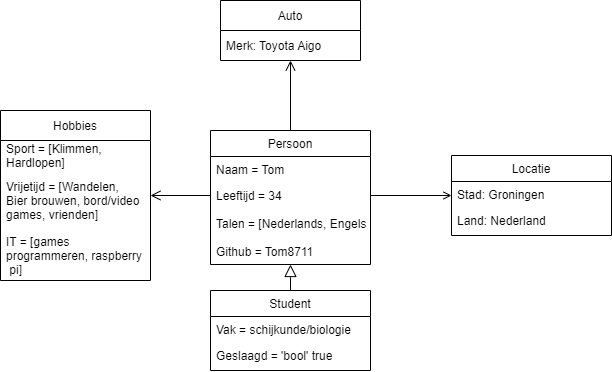
This is image/mijnklasse.png from Tom8711/Interactive-cv, a draw.io export, as it was before one commit. Source tidied: cells renumbered, new cells last; positions are measured from the earlier drawing's top-left corner, leaving out a move shared by most shapes. Its diagram source:
```xml
<mxGraphModel>
  <root>
    <mxCell id="0" />
    <mxCell id="1" parent="0" />
    <mxCell id="2" style="edgeStyle=orthogonalEdgeStyle;rounded=0;jettySize=auto;html=1;endArrow=open;endFill=0;endSize=8;" parent="1" edge="1" source="3" target="21">
      <mxGeometry relative="1" as="geometry" />
    </mxCell>
    <mxCell id="3" value="Persoon" style="swimlane;fontStyle=0;align=center;verticalAlign=top;horizontal=1;startSize=26;rounded=0;shadow=0;strokeWidth=1;" parent="1" vertex="1">
      <mxGeometry x="210" y="130" width="160" height="134" as="geometry" />
    </mxCell>
    <mxCell id="4" value="Naam = Tom" style="text;align=left;verticalAlign=top;spacingLeft=4;spacingRight=4;overflow=hidden;" parent="3" vertex="1">
      <mxGeometry y="26" width="160" height="26" as="geometry" />
    </mxCell>
    <mxCell id="5" value="Leeftijd = 34" style="text;align=left;verticalAlign=top;spacingLeft=4;spacingRight=4;overflow=hidden;points=[[0,0.5],[1,0.5]];portConstraint=eastwest;rounded=0;shadow=0;html=0;" parent="3" vertex="1">
      <mxGeometry y="52" width="160" height="26" as="geometry" />
    </mxCell>
    <mxCell id="6" value="Talen = [Nederlands, Engels]" style="text;strokeColor=none;fillColor=none;align=left;verticalAlign=middle;spacingLeft=4;spacingRight=4;overflow=hidden;" parent="3" vertex="1">
      <mxGeometry y="78" width="160" height="30" as="geometry" />
    </mxCell>
    <mxCell id="7" value="Github = Tom8711" style="text;align=left;verticalAlign=top;spacingLeft=4;spacingRight=4;overflow=hidden;rounded=0;shadow=0;html=0;" parent="3" vertex="1">
      <mxGeometry y="108" width="160" height="26" as="geometry" />
    </mxCell>
    <mxCell id="8" value="Student" style="swimlane;fontStyle=0;align=center;verticalAlign=top;horizontal=1;startSize=26;rounded=0;shadow=0;strokeWidth=1;" parent="1" vertex="1">
      <mxGeometry x="210" y="290" width="160" height="80" as="geometry" />
    </mxCell>
    <mxCell id="9" value="Vak = schijkunde/biologie" style="text;align=left;verticalAlign=top;spacingLeft=4;spacingRight=4;overflow=hidden;" parent="8" vertex="1">
      <mxGeometry y="26" width="160" height="26" as="geometry" />
    </mxCell>
    <mxCell id="10" value="Geslaagd = 'bool' true" style="text;align=left;verticalAlign=top;spacingLeft=4;spacingRight=4;overflow=hidden;rounded=0;shadow=0;html=0;fontStyle=0;" parent="8" vertex="1">
      <mxGeometry y="52" width="160" height="26" as="geometry" />
    </mxCell>
    <mxCell id="11" style="endArrow=block;endSize=10;endFill=0;shadow=0;strokeWidth=1;rounded=0;edgeStyle=elbowEdgeStyle;elbow=vertical;" parent="1" edge="1" source="8" target="3">
      <mxGeometry relative="1" as="geometry" />
    </mxCell>
    <mxCell id="12" value="Locatie" style="swimlane;fontStyle=0;align=center;verticalAlign=top;horizontal=1;startSize=26;rounded=0;shadow=0;strokeWidth=1;" parent="1" vertex="1">
      <mxGeometry x="451" y="155" width="160" height="80" as="geometry" />
    </mxCell>
    <mxCell id="13" value="Stad: Groningen" style="text;align=left;verticalAlign=top;spacingLeft=4;spacingRight=4;overflow=hidden;rounded=0;shadow=0;html=0;" parent="12" vertex="1">
      <mxGeometry y="26" width="160" height="26" as="geometry" />
    </mxCell>
    <mxCell id="14" value="Land: Nederland" style="text;align=left;verticalAlign=top;spacingLeft=4;spacingRight=4;overflow=hidden;rounded=0;shadow=0;html=0;" parent="12" vertex="1">
      <mxGeometry y="52" width="160" height="26" as="geometry" />
    </mxCell>
    <mxCell id="15" style="endArrow=open;shadow=0;strokeWidth=1;rounded=0;endFill=1;edgeStyle=elbowEdgeStyle;elbow=vertical;exitX=1;exitY=0.5;exitDx=0;exitDy=0;" parent="1" edge="1" source="5" target="12">
      <mxGeometry x="0.5" y="41" relative="1" as="geometry">
        <mxPoint x="-40" y="32" as="offset" />
      </mxGeometry>
    </mxCell>
    <mxCell id="16" value="Hobbies" style="swimlane;fontStyle=0;horizontal=1;startSize=30;" parent="1" vertex="1">
      <mxGeometry y="110" width="150" height="170" as="geometry" />
    </mxCell>
    <mxCell id="17" value="Sport = [Klimmen, &#10;Hardlopen]" style="text;strokeColor=none;fillColor=none;align=left;verticalAlign=middle;spacingLeft=4;spacingRight=4;overflow=hidden;" parent="16" vertex="1">
      <mxGeometry y="30" width="150" height="30" as="geometry" />
    </mxCell>
    <mxCell id="18" value="Vrijetijd = [Wandelen,&#10;Bier brouwen, bord/video&#10;games, vrienden]" style="text;strokeColor=none;fillColor=none;align=left;verticalAlign=middle;spacingLeft=4;spacingRight=4;overflow=hidden;" parent="16" vertex="1">
      <mxGeometry y="60" width="150" height="60" as="geometry" />
    </mxCell>
    <mxCell id="19" value="IT = [games &#10;programmeren, raspberry&#10; pi]" style="text;strokeColor=none;fillColor=none;align=left;verticalAlign=middle;spacingLeft=4;spacingRight=4;overflow=hidden;" parent="16" vertex="1">
      <mxGeometry y="120" width="150" height="50" as="geometry" />
    </mxCell>
    <mxCell id="20" style="edgeStyle=orthogonalEdgeStyle;rounded=0;jettySize=auto;html=1;endArrow=open;endFill=0;endSize=8;" parent="1" edge="1" source="5" target="16">
      <mxGeometry relative="1" as="geometry" />
    </mxCell>
    <mxCell id="21" value="Auto" style="swimlane;fontStyle=0;horizontal=1;startSize=30;" parent="1" vertex="1">
      <mxGeometry x="220" width="140" height="60" as="geometry" />
    </mxCell>
    <mxCell id="22" value="Merk: Toyota Aigo" style="text;strokeColor=none;fillColor=none;align=left;verticalAlign=middle;spacingLeft=4;spacingRight=4;overflow=hidden;" parent="21" vertex="1">
      <mxGeometry y="30" width="140" height="30" as="geometry" />
    </mxCell>
  </root>
</mxGraphModel>
```
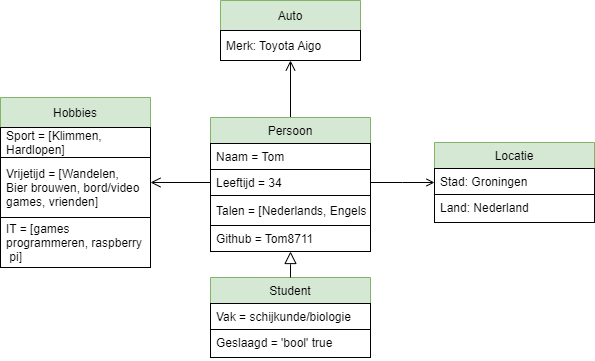
After the commit.

Commit message:
klassediagram aangepast

What changed in the source:
```diff
@@ -5,66 +5,66 @@
     <mxCell id="2" style="edgeStyle=orthogonalEdgeStyle;rounded=0;jettySize=auto;html=1;endArrow=open;endFill=0;endSize=8;" parent="1" edge="1" source="3" target="21">
       <mxGeometry relative="1" as="geometry" />
     </mxCell>
-    <mxCell id="3" value="Persoon" style="swimlane;fontStyle=0;align=center;verticalAlign=top;horizontal=1;startSize=26;rounded=0;shadow=0;strokeWidth=1;" parent="1" vertex="1">
+    <mxCell id="3" value="Persoon" style="swimlane;fontStyle=0;align=center;verticalAlign=top;horizontal=1;startSize=26;rounded=0;shadow=0;strokeWidth=1;fillColor=#d5e8d4;strokeColor=#82b366;" parent="1" vertex="1">
       <mxGeometry x="210" y="130" width="160" height="134" as="geometry" />
     </mxCell>
-    <mxCell id="4" value="Naam = Tom" style="text;align=left;verticalAlign=top;spacingLeft=4;spacingRight=4;overflow=hidden;" parent="3" vertex="1">
+    <mxCell id="4" value="Naam = Tom" style="text;align=left;verticalAlign=top;spacingLeft=4;spacingRight=4;overflow=hidden;strokeColor=default;" parent="3" vertex="1">
       <mxGeometry y="26" width="160" height="26" as="geometry" />
     </mxCell>
-    <mxCell id="5" value="Leeftijd = 34" style="text;align=left;verticalAlign=top;spacingLeft=4;spacingRight=4;overflow=hidden;points=[[0,0.5],[1,0.5]];portConstraint=eastwest;rounded=0;shadow=0;html=0;" parent="3" vertex="1">
+    <mxCell id="5" value="Leeftijd = 34" style="text;align=left;verticalAlign=top;spacingLeft=4;spacingRight=4;overflow=hidden;points=[[0,0.5],[1,0.5]];portConstraint=eastwest;rounded=0;shadow=0;html=0;strokeColor=default;" parent="3" vertex="1">
       <mxGeometry y="52" width="160" height="26" as="geometry" />
     </mxCell>
-    <mxCell id="6" value="Talen = [Nederlands, Engels]" style="text;strokeColor=none;fillColor=none;align=left;verticalAlign=middle;spacingLeft=4;spacingRight=4;overflow=hidden;" parent="3" vertex="1">
+    <mxCell id="6" value="Talen = [Nederlands, Engels]" style="text;align=left;verticalAlign=middle;spacingLeft=4;spacingRight=4;overflow=hidden;strokeColor=default;" parent="3" vertex="1">
       <mxGeometry y="78" width="160" height="30" as="geometry" />
     </mxCell>
-    <mxCell id="7" value="Github = Tom8711" style="text;align=left;verticalAlign=top;spacingLeft=4;spacingRight=4;overflow=hidden;rounded=0;shadow=0;html=0;" parent="3" vertex="1">
+    <mxCell id="7" value="Github = Tom8711" style="text;align=left;verticalAlign=top;spacingLeft=4;spacingRight=4;overflow=hidden;rounded=0;shadow=0;html=0;strokeColor=default;" parent="3" vertex="1">
       <mxGeometry y="108" width="160" height="26" as="geometry" />
     </mxCell>
-    <mxCell id="8" value="Student" style="swimlane;fontStyle=0;align=center;verticalAlign=top;horizontal=1;startSize=26;rounded=0;shadow=0;strokeWidth=1;" parent="1" vertex="1">
+    <mxCell id="8" value="Student" style="swimlane;fontStyle=0;align=center;verticalAlign=top;horizontal=1;startSize=26;rounded=0;shadow=0;strokeWidth=1;fillColor=#d5e8d4;strokeColor=#82b366;" parent="1" vertex="1">
       <mxGeometry x="210" y="290" width="160" height="80" as="geometry" />
     </mxCell>
-    <mxCell id="9" value="Vak = schijkunde/biologie" style="text;align=left;verticalAlign=top;spacingLeft=4;spacingRight=4;overflow=hidden;" parent="8" vertex="1">
+    <mxCell id="9" value="Vak = schijkunde/biologie" style="text;align=left;verticalAlign=top;spacingLeft=4;spacingRight=4;overflow=hidden;strokeColor=default;" parent="8" vertex="1">
       <mxGeometry y="26" width="160" height="26" as="geometry" />
     </mxCell>
-    <mxCell id="10" value="Geslaagd = 'bool' true" style="text;align=left;verticalAlign=top;spacingLeft=4;spacingRight=4;overflow=hidden;rounded=0;shadow=0;html=0;fontStyle=0;" parent="8" vertex="1">
-      <mxGeometry y="52" width="160" height="26" as="geometry" />
+    <mxCell id="10" value="Geslaagd = 'bool' true" style="text;align=left;verticalAlign=top;spacingLeft=4;spacingRight=4;overflow=hidden;rounded=0;shadow=0;html=0;fontStyle=0;strokeColor=default;" parent="8" vertex="1">
+      <mxGeometry y="52" width="160" height="28" as="geometry" />
     </mxCell>
     <mxCell id="11" style="endArrow=block;endSize=10;endFill=0;shadow=0;strokeWidth=1;rounded=0;edgeStyle=elbowEdgeStyle;elbow=vertical;" parent="1" edge="1" source="8" target="3">
       <mxGeometry relative="1" as="geometry" />
     </mxCell>
-    <mxCell id="12" value="Locatie" style="swimlane;fontStyle=0;align=center;verticalAlign=top;horizontal=1;startSize=26;rounded=0;shadow=0;strokeWidth=1;" parent="1" vertex="1">
-      <mxGeometry x="451" y="155" width="160" height="80" as="geometry" />
+    <mxCell id="12" value="Locatie" style="swimlane;fontStyle=0;align=center;verticalAlign=top;horizontal=1;startSize=26;rounded=0;shadow=0;strokeWidth=1;fillColor=#d5e8d4;strokeColor=#82b366;" parent="1" vertex="1">
+      <mxGeometry x="434" y="155" width="160" height="80" as="geometry" />
     </mxCell>
-    <mxCell id="13" value="Stad: Groningen" style="text;align=left;verticalAlign=top;spacingLeft=4;spacingRight=4;overflow=hidden;rounded=0;shadow=0;html=0;" parent="12" vertex="1">
+    <mxCell id="13" value="Stad: Groningen" style="text;align=left;verticalAlign=top;spacingLeft=4;spacingRight=4;overflow=hidden;rounded=0;shadow=0;html=0;strokeColor=default;" parent="12" vertex="1">
       <mxGeometry y="26" width="160" height="26" as="geometry" />
     </mxCell>
-    <mxCell id="14" value="Land: Nederland" style="text;align=left;verticalAlign=top;spacingLeft=4;spacingRight=4;overflow=hidden;rounded=0;shadow=0;html=0;" parent="12" vertex="1">
-      <mxGeometry y="52" width="160" height="26" as="geometry" />
+    <mxCell id="14" value="Land: Nederland" style="text;align=left;verticalAlign=top;spacingLeft=4;spacingRight=4;overflow=hidden;rounded=0;shadow=0;html=0;strokeColor=default;" parent="12" vertex="1">
+      <mxGeometry y="52" width="160" height="28" as="geometry" />
     </mxCell>
     <mxCell id="15" style="endArrow=open;shadow=0;strokeWidth=1;rounded=0;endFill=1;edgeStyle=elbowEdgeStyle;elbow=vertical;exitX=1;exitY=0.5;exitDx=0;exitDy=0;" parent="1" edge="1" source="5" target="12">
       <mxGeometry x="0.5" y="41" relative="1" as="geometry">
         <mxPoint x="-40" y="32" as="offset" />
       </mxGeometry>
     </mxCell>
-    <mxCell id="16" value="Hobbies" style="swimlane;fontStyle=0;horizontal=1;startSize=30;" parent="1" vertex="1">
+    <mxCell id="16" value="Hobbies" style="swimlane;fontStyle=0;horizontal=1;startSize=30;fillColor=#d5e8d4;strokeColor=#82b366;" parent="1" vertex="1">
       <mxGeometry y="110" width="150" height="170" as="geometry" />
     </mxCell>
-    <mxCell id="17" value="Sport = [Klimmen, &#10;Hardlopen]" style="text;strokeColor=none;fillColor=none;align=left;verticalAlign=middle;spacingLeft=4;spacingRight=4;overflow=hidden;" parent="16" vertex="1">
+    <mxCell id="17" value="Sport = [Klimmen, &#10;Hardlopen]" style="text;strokeColor=default;fillColor=none;align=left;verticalAlign=middle;spacingLeft=4;spacingRight=4;overflow=hidden;" parent="16" vertex="1">
       <mxGeometry y="30" width="150" height="30" as="geometry" />
     </mxCell>
-    <mxCell id="18" value="Vrijetijd = [Wandelen,&#10;Bier brouwen, bord/video&#10;games, vrienden]" style="text;strokeColor=none;fillColor=none;align=left;verticalAlign=middle;spacingLeft=4;spacingRight=4;overflow=hidden;" parent="16" vertex="1">
+    <mxCell id="18" value="Vrijetijd = [Wandelen,&#10;Bier brouwen, bord/video&#10;games, vrienden]" style="text;strokeColor=default;fillColor=none;align=left;verticalAlign=middle;spacingLeft=4;spacingRight=4;overflow=hidden;" parent="16" vertex="1">
       <mxGeometry y="60" width="150" height="60" as="geometry" />
     </mxCell>
-    <mxCell id="19" value="IT = [games &#10;programmeren, raspberry&#10; pi]" style="text;strokeColor=none;fillColor=none;align=left;verticalAlign=middle;spacingLeft=4;spacingRight=4;overflow=hidden;" parent="16" vertex="1">
+    <mxCell id="19" value="IT = [games &#10;programmeren, raspberry&#10; pi]" style="text;strokeColor=default;fillColor=none;align=left;verticalAlign=middle;spacingLeft=4;spacingRight=4;overflow=hidden;" parent="16" vertex="1">
       <mxGeometry y="120" width="150" height="50" as="geometry" />
     </mxCell>
     <mxCell id="20" style="edgeStyle=orthogonalEdgeStyle;rounded=0;jettySize=auto;html=1;endArrow=open;endFill=0;endSize=8;" parent="1" edge="1" source="5" target="16">
       <mxGeometry relative="1" as="geometry" />
     </mxCell>
-    <mxCell id="21" value="Auto" style="swimlane;fontStyle=0;horizontal=1;startSize=30;" parent="1" vertex="1">
-      <mxGeometry x="220" width="140" height="60" as="geometry" />
+    <mxCell id="21" value="Auto" style="swimlane;fontStyle=0;horizontal=1;startSize=30;fillColor=#d5e8d4;strokeColor=#82b366;" parent="1" vertex="1">
+      <mxGeometry x="220" y="13" width="140" height="60" as="geometry" />
     </mxCell>
-    <mxCell id="22" value="Merk: Toyota Aigo" style="text;strokeColor=none;fillColor=none;align=left;verticalAlign=middle;spacingLeft=4;spacingRight=4;overflow=hidden;" parent="21" vertex="1">
+    <mxCell id="22" value="Merk: Toyota Aigo" style="text;strokeColor=default;fillColor=none;align=left;verticalAlign=middle;spacingLeft=4;spacingRight=4;overflow=hidden;" parent="21" vertex="1">
       <mxGeometry y="30" width="140" height="30" as="geometry" />
     </mxCell>
   </root>
```
